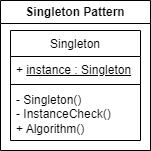
Johnny-Connor/GameProgrammingPatterns keeps this draw.io diagram as Assets/SingletonPattern/SingletonPatternDiagram.png. Above is the earlier version. Source tidied: cells renumbered, new cells last; positions are measured from the earlier drawing's top-left corner, leaving out a move shared by most shapes. Source of this version:
```xml
<mxGraphModel>
  <root>
    <mxCell id="0" />
    <mxCell id="1" parent="0" />
    <mxCell id="2" value="Singleton Pattern" style="swimlane;whiteSpace=wrap;html=1;" parent="1" vertex="1">
      <mxGeometry width="150" height="150" as="geometry" />
    </mxCell>
    <mxCell id="3" value="Singleton" style="swimlane;fontStyle=0;align=center;verticalAlign=top;horizontal=1;startSize=26;rounded=0;shadow=0;strokeWidth=1;" parent="2" vertex="1">
      <mxGeometry x="10" y="30" width="130" height="110" as="geometry" />
    </mxCell>
    <mxCell id="4" value="+ &lt;u&gt;instance : Singleton&lt;/u&gt;" style="text;html=1;strokeColor=none;fillColor=none;align=left;verticalAlign=top;whiteSpace=wrap;rounded=0;spacingLeft=4;" parent="3" vertex="1">
      <mxGeometry y="26" width="130" height="24" as="geometry" />
    </mxCell>
    <mxCell id="5" style="line;html=1;strokeWidth=1;align=left;verticalAlign=middle;spacingTop=-1;spacingLeft=3;spacingRight=3;labelPosition=right;" parent="3" vertex="1">
      <mxGeometry y="50" width="130" height="8" as="geometry" />
    </mxCell>
    <mxCell id="6" value="- Singleton()&lt;br&gt;- InstanceCheck()&lt;br&gt;+ Algorithm()" style="text;strokeColor=none;fillColor=none;align=left;verticalAlign=middle;rounded=0;whiteSpace=wrap;html=1;spacingLeft=4;" parent="3" vertex="1">
      <mxGeometry y="58" width="130" height="52" as="geometry" />
    </mxCell>
  </root>
</mxGraphModel>
```
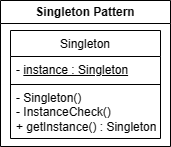
Later version of the same file.

Change to the diagram source:
```diff
@@ -2,20 +2,20 @@
   <root>
     <mxCell id="0" />
     <mxCell id="1" parent="0" />
-    <mxCell id="2" value="Singleton Pattern" style="swimlane;whiteSpace=wrap;html=1;" parent="1" vertex="1">
-      <mxGeometry width="150" height="150" as="geometry" />
+    <mxCell id="2" value="Singleton Pattern" style="swimlane;whiteSpace=wrap;html=1;strokeWidth=1;perimeterSpacing=0;" parent="1" vertex="1">
+      <mxGeometry width="170" height="146" as="geometry" />
     </mxCell>
     <mxCell id="3" value="Singleton" style="swimlane;fontStyle=0;align=center;verticalAlign=top;horizontal=1;startSize=26;rounded=0;shadow=0;strokeWidth=1;" parent="2" vertex="1">
-      <mxGeometry x="10" y="30" width="130" height="110" as="geometry" />
+      <mxGeometry x="10" y="30" width="150" height="108" as="geometry" />
     </mxCell>
-    <mxCell id="4" value="+ &lt;u&gt;instance : Singleton&lt;/u&gt;" style="text;html=1;strokeColor=none;fillColor=none;align=left;verticalAlign=top;whiteSpace=wrap;rounded=0;spacingLeft=4;" parent="3" vertex="1">
-      <mxGeometry y="26" width="130" height="24" as="geometry" />
+    <mxCell id="4" value="-&amp;nbsp;&lt;u&gt;instance : Singleton&lt;/u&gt;" style="text;html=1;strokeColor=none;fillColor=none;align=left;verticalAlign=top;whiteSpace=wrap;rounded=0;spacingLeft=4;" parent="3" vertex="1">
+      <mxGeometry y="26" width="150" height="24" as="geometry" />
     </mxCell>
     <mxCell id="5" style="line;html=1;strokeWidth=1;align=left;verticalAlign=middle;spacingTop=-1;spacingLeft=3;spacingRight=3;labelPosition=right;" parent="3" vertex="1">
-      <mxGeometry y="50" width="130" height="8" as="geometry" />
+      <mxGeometry y="50" width="150" height="8" as="geometry" />
     </mxCell>
-    <mxCell id="6" value="- Singleton()&lt;br&gt;- InstanceCheck()&lt;br&gt;+ Algorithm()" style="text;strokeColor=none;fillColor=none;align=left;verticalAlign=middle;rounded=0;whiteSpace=wrap;html=1;spacingLeft=4;" parent="3" vertex="1">
-      <mxGeometry y="58" width="130" height="52" as="geometry" />
+    <mxCell id="6" value="- Singleton()&lt;br style=&quot;font-size: 12px;&quot;&gt;- InstanceCheck()&lt;br style=&quot;font-size: 12px;&quot;&gt;+ getInstance() : Singleton" style="text;strokeColor=none;fillColor=none;align=left;verticalAlign=middle;rounded=0;whiteSpace=wrap;html=1;spacingLeft=4;fontSize=12;horizontal=1;spacing=2;spacingTop=-2;" parent="3" vertex="1">
+      <mxGeometry y="58" width="150" height="50" as="geometry" />
     </mxCell>
   </root>
 </mxGraphModel>
```
